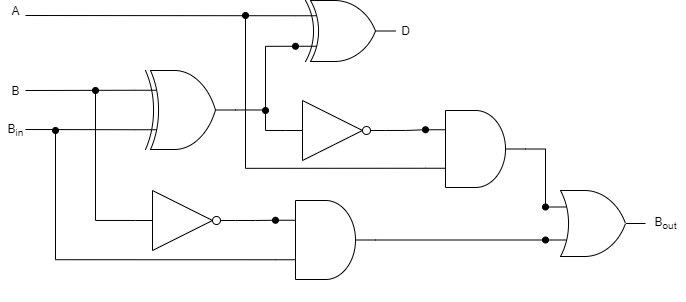
The draw.io diagram FullSubtractor.png in pathakshashank17/Digital-Circuit-Diagrams, before a commit. Source tidied: cells renumbered, new cells last; positions are measured from the earlier drawing's top-left corner, leaving out a move shared by most shapes.
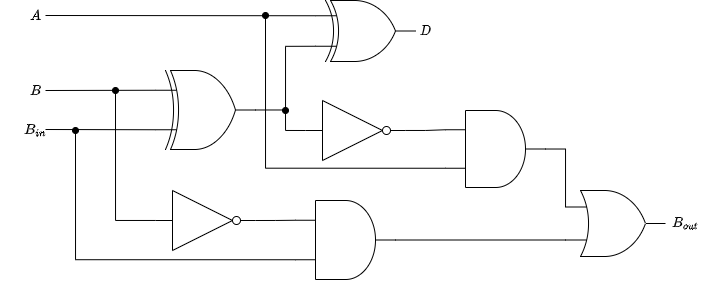
After the commit.

What changed in the source:
```diff
@@ -1,98 +1,98 @@
-<mxGraphModel>
+<mxGraphModel math="1">
   <root>
     <mxCell id="0" />
     <mxCell id="1" parent="0" />
-    <mxCell id="2" style="text;html=1;align=center;verticalAlign=middle;strokeColor=none;" parent="1" vertex="1">
-      <mxGeometry x="485" y="170" width="70" height="20" as="geometry" />
-    </mxCell>
-    <mxCell id="3" style="text;html=1;align=center;verticalAlign=middle;strokeColor=none;" parent="1" vertex="1">
-      <mxGeometry x="490" y="280" width="50" height="20" as="geometry" />
-    </mxCell>
-    <mxCell id="4" style="edgeStyle=orthogonalEdgeStyle;rounded=0;jettySize=auto;html=1;entryX=0;entryY=0.75;entryDx=0;entryDy=0;entryPerimeter=0;endArrow=oval;endFill=1;" parent="1" edge="1" source="5" target="6">
-      <mxGeometry relative="1" as="geometry" />
-    </mxCell>
-    <mxCell id="5" style="verticalLabelPosition=bottom;shadow=0;dashed=0;align=center;html=1;verticalAlign=top;shape=mxgraph.electrical.logic_gates.logic_gate;operation=xor;fillColor=#FFFFFF;" parent="1" vertex="1">
-      <mxGeometry x="135" y="70" width="100" height="79" as="geometry" />
-    </mxCell>
-    <mxCell id="6" style="verticalLabelPosition=bottom;shadow=0;dashed=0;align=center;html=1;verticalAlign=top;shape=mxgraph.electrical.logic_gates.logic_gate;operation=xor;fillColor=#FFFFFF;" parent="1" vertex="1">
-      <mxGeometry x="295" width="100" height="61" as="geometry" />
-    </mxCell>
-    <mxCell id="7" style="edgeStyle=orthogonalEdgeStyle;rounded=0;jettySize=auto;html=1;entryX=0;entryY=0.25;entryDx=0;entryDy=0;entryPerimeter=0;endArrow=oval;endFill=1;" parent="1" edge="1" source="9" target="18">
-      <mxGeometry relative="1" as="geometry" />
-    </mxCell>
-    <mxCell id="8" style="edgeStyle=orthogonalEdgeStyle;rounded=0;jettySize=auto;html=1;exitX=0;exitY=0.5;exitDx=0;exitDy=0;exitPerimeter=0;endArrow=oval;endFill=1;" parent="1" edge="1" source="9">
-      <mxGeometry relative="1" as="geometry">
-        <mxPoint x="265" y="110" as="targetPoint" />
-      </mxGeometry>
-    </mxCell>
-    <mxCell id="9" style="verticalLabelPosition=bottom;shadow=0;dashed=0;align=center;html=1;verticalAlign=top;shape=mxgraph.electrical.logic_gates.inverter_2;fillColor=#FFFFFF;" parent="1" vertex="1">
-      <mxGeometry x="285" y="100" width="100" height="60" as="geometry" />
-    </mxCell>
-    <mxCell id="10" style="edgeStyle=orthogonalEdgeStyle;rounded=0;jettySize=auto;html=1;endArrow=oval;endFill=1;" parent="1" edge="1" source="12">
-      <mxGeometry relative="1" as="geometry">
-        <mxPoint x="95" y="90" as="targetPoint" />
-      </mxGeometry>
-    </mxCell>
-    <mxCell id="11" style="edgeStyle=orthogonalEdgeStyle;rounded=0;jettySize=auto;html=1;exitX=1;exitY=0.5;exitDx=0;exitDy=0;exitPerimeter=0;entryX=0;entryY=0.25;entryDx=0;entryDy=0;entryPerimeter=0;endArrow=oval;endFill=1;" parent="1" edge="1" source="12" target="15">
-      <mxGeometry relative="1" as="geometry" />
-    </mxCell>
-    <mxCell id="12" style="verticalLabelPosition=bottom;shadow=0;dashed=0;align=center;html=1;verticalAlign=top;shape=mxgraph.electrical.logic_gates.inverter_2;fillColor=#FFFFFF;" parent="1" vertex="1">
-      <mxGeometry x="135" y="190" width="100" height="60" as="geometry" />
-    </mxCell>
-    <mxCell id="13" style="edgeStyle=orthogonalEdgeStyle;rounded=0;jettySize=auto;html=1;exitX=0;exitY=0.75;exitDx=0;exitDy=0;exitPerimeter=0;endArrow=oval;endFill=1;" parent="1" edge="1" source="15">
-      <mxGeometry relative="1" as="geometry">
-        <mxPoint x="55" y="130" as="targetPoint" />
-      </mxGeometry>
-    </mxCell>
-    <mxCell id="14" style="edgeStyle=orthogonalEdgeStyle;rounded=0;jettySize=auto;html=1;exitX=1;exitY=0.5;exitDx=0;exitDy=0;exitPerimeter=0;entryX=0;entryY=0.75;entryDx=0;entryDy=0;entryPerimeter=0;endArrow=oval;endFill=1;" parent="1" edge="1" source="15" target="19">
-      <mxGeometry relative="1" as="geometry" />
-    </mxCell>
-    <mxCell id="15" style="verticalLabelPosition=bottom;shadow=0;dashed=0;align=center;html=1;verticalAlign=top;shape=mxgraph.electrical.logic_gates.logic_gate;operation=and;fillColor=#FFFFFF;" parent="1" vertex="1">
-      <mxGeometry x="275" y="200" width="100" height="79" as="geometry" />
-    </mxCell>
-    <mxCell id="16" style="edgeStyle=orthogonalEdgeStyle;rounded=0;jettySize=auto;html=1;entryX=0;entryY=0.25;entryDx=0;entryDy=0;entryPerimeter=0;endArrow=oval;endFill=1;" parent="1" edge="1" source="18" target="19">
-      <mxGeometry relative="1" as="geometry" />
-    </mxCell>
-    <mxCell id="17" style="edgeStyle=orthogonalEdgeStyle;rounded=0;jettySize=auto;html=1;exitX=0;exitY=0.75;exitDx=0;exitDy=0;exitPerimeter=0;endArrow=oval;endFill=1;" parent="1" edge="1" source="18">
-      <mxGeometry relative="1" as="geometry">
-        <mxPoint x="245" y="15" as="targetPoint" />
-      </mxGeometry>
-    </mxCell>
-    <mxCell id="18" style="verticalLabelPosition=bottom;shadow=0;dashed=0;align=center;html=1;verticalAlign=top;shape=mxgraph.electrical.logic_gates.logic_gate;operation=and;fillColor=#FFFFFF;" parent="1" vertex="1">
-      <mxGeometry x="425" y="110" width="100" height="77" as="geometry" />
-    </mxCell>
-    <mxCell id="19" style="verticalLabelPosition=bottom;shadow=0;dashed=0;align=center;html=1;verticalAlign=top;shape=mxgraph.electrical.logic_gates.logic_gate;operation=or;fillColor=#FFFFFF;" parent="1" vertex="1">
-      <mxGeometry x="545" y="190" width="100" height="66" as="geometry" />
-    </mxCell>
-    <mxCell id="20" style="endArrow=none;html=1;entryX=0;entryY=0.25;entryDx=0;entryDy=0;entryPerimeter=0;" parent="1" edge="1" target="5">
-      <mxGeometry relative="1" as="geometry">
-        <mxPoint x="25" y="90" as="sourcePoint" />
-      </mxGeometry>
-    </mxCell>
-    <mxCell id="21" style="endArrow=none;html=1;entryX=0;entryY=0.75;entryDx=0;entryDy=0;entryPerimeter=0;" parent="1" edge="1" target="5">
-      <mxGeometry relative="1" as="geometry">
-        <mxPoint x="25" y="129" as="sourcePoint" />
-      </mxGeometry>
-    </mxCell>
-    <mxCell id="22" style="endArrow=none;html=1;entryX=0;entryY=0.25;entryDx=0;entryDy=0;entryPerimeter=0;" parent="1" edge="1" target="6">
-      <mxGeometry relative="1" as="geometry">
-        <mxPoint x="25" y="15" as="sourcePoint" />
-      </mxGeometry>
-    </mxCell>
-    <mxCell id="23" value="D" style="text;html=1;align=center;verticalAlign=middle;strokeColor=none;" parent="1" vertex="1">
-      <mxGeometry x="395" y="20" width="20" height="20" as="geometry" />
-    </mxCell>
-    <mxCell id="24" value="B&lt;sub&gt;out&lt;/sub&gt;" style="text;html=1;align=center;verticalAlign=middle;strokeColor=none;" parent="1" vertex="1">
-      <mxGeometry x="645" y="213" width="40" height="20" as="geometry" />
-    </mxCell>
-    <mxCell id="25" value="A" style="text;html=1;align=center;verticalAlign=middle;strokeColor=none;" parent="1" vertex="1">
-      <mxGeometry x="5" width="20" height="20" as="geometry" />
-    </mxCell>
-    <mxCell id="26" value="B" style="text;html=1;align=center;verticalAlign=middle;strokeColor=none;" parent="1" vertex="1">
-      <mxGeometry x="5" y="80" width="20" height="20" as="geometry" />
-    </mxCell>
-    <mxCell id="27" value="B&lt;sub&gt;in&lt;/sub&gt;" style="text;html=1;align=center;verticalAlign=middle;strokeColor=none;" parent="1" vertex="1">
-      <mxGeometry y="120" width="30" height="20" as="geometry" />
-    </mxCell>
+    <mxCell id="28" style="text;html=1;align=center;verticalAlign=middle;strokeColor=none;" parent="1" vertex="1">
+      <mxGeometry x="770" y="210" width="70" height="20" as="geometry" />
+    </mxCell>
+    <mxCell id="29" style="text;html=1;align=center;verticalAlign=middle;strokeColor=none;" parent="1" vertex="1">
+      <mxGeometry x="775" y="320" width="50" height="20" as="geometry" />
+    </mxCell>
+    <mxCell id="30" style="edgeStyle=orthogonalEdgeStyle;rounded=0;jettySize=auto;html=1;entryX=0;entryY=0.75;entryDx=0;entryDy=0;entryPerimeter=0;endArrow=none;endFill=0;" parent="1" edge="1" source="31" target="32">
+      <mxGeometry relative="1" as="geometry" />
+    </mxCell>
+    <mxCell id="31" style="verticalLabelPosition=bottom;shadow=0;dashed=0;align=center;html=1;verticalAlign=top;shape=mxgraph.electrical.logic_gates.logic_gate;operation=xor;fillColor=#FFFFFF;" parent="1" vertex="1">
+      <mxGeometry x="420" y="110" width="100" height="79" as="geometry" />
+    </mxCell>
+    <mxCell id="32" style="verticalLabelPosition=bottom;shadow=0;dashed=0;align=center;html=1;verticalAlign=top;shape=mxgraph.electrical.logic_gates.logic_gate;operation=xor;fillColor=#FFFFFF;" parent="1" vertex="1">
+      <mxGeometry x="580" y="40" width="100" height="61" as="geometry" />
+    </mxCell>
+    <mxCell id="33" style="edgeStyle=orthogonalEdgeStyle;rounded=0;jettySize=auto;html=1;entryX=0;entryY=0.25;entryDx=0;entryDy=0;entryPerimeter=0;endArrow=none;endFill=0;" parent="1" edge="1" source="35" target="44">
+      <mxGeometry relative="1" as="geometry" />
+    </mxCell>
+    <mxCell id="34" style="edgeStyle=orthogonalEdgeStyle;rounded=0;jettySize=auto;html=1;exitX=0;exitY=0.5;exitDx=0;exitDy=0;exitPerimeter=0;endArrow=oval;endFill=1;" parent="1" edge="1" source="35">
+      <mxGeometry relative="1" as="geometry">
+        <mxPoint x="550" y="150" as="targetPoint" />
+      </mxGeometry>
+    </mxCell>
+    <mxCell id="35" style="verticalLabelPosition=bottom;shadow=0;dashed=0;align=center;html=1;verticalAlign=top;shape=mxgraph.electrical.logic_gates.inverter_2;fillColor=#FFFFFF;" parent="1" vertex="1">
+      <mxGeometry x="570" y="140" width="100" height="60" as="geometry" />
+    </mxCell>
+    <mxCell id="36" style="edgeStyle=orthogonalEdgeStyle;rounded=0;jettySize=auto;html=1;endArrow=oval;endFill=1;" parent="1" edge="1" source="38">
+      <mxGeometry relative="1" as="geometry">
+        <mxPoint x="380" y="130" as="targetPoint" />
+      </mxGeometry>
+    </mxCell>
+    <mxCell id="37" style="edgeStyle=orthogonalEdgeStyle;rounded=0;jettySize=auto;html=1;exitX=1;exitY=0.5;exitDx=0;exitDy=0;exitPerimeter=0;entryX=0;entryY=0.25;entryDx=0;entryDy=0;entryPerimeter=0;endArrow=none;endFill=0;" parent="1" edge="1" source="38" target="41">
+      <mxGeometry relative="1" as="geometry" />
+    </mxCell>
+    <mxCell id="38" style="verticalLabelPosition=bottom;shadow=0;dashed=0;align=center;html=1;verticalAlign=top;shape=mxgraph.electrical.logic_gates.inverter_2;fillColor=#FFFFFF;" parent="1" vertex="1">
+      <mxGeometry x="420" y="230" width="100" height="60" as="geometry" />
+    </mxCell>
+    <mxCell id="39" style="edgeStyle=orthogonalEdgeStyle;rounded=0;jettySize=auto;html=1;exitX=0;exitY=0.75;exitDx=0;exitDy=0;exitPerimeter=0;endArrow=oval;endFill=1;" parent="1" edge="1" source="41">
+      <mxGeometry relative="1" as="geometry">
+        <mxPoint x="340" y="170" as="targetPoint" />
+      </mxGeometry>
+    </mxCell>
+    <mxCell id="40" style="edgeStyle=orthogonalEdgeStyle;rounded=0;jettySize=auto;html=1;exitX=1;exitY=0.5;exitDx=0;exitDy=0;exitPerimeter=0;entryX=0;entryY=0.75;entryDx=0;entryDy=0;entryPerimeter=0;endArrow=none;endFill=0;" parent="1" edge="1" source="41" target="45">
+      <mxGeometry relative="1" as="geometry" />
+    </mxCell>
+    <mxCell id="41" style="verticalLabelPosition=bottom;shadow=0;dashed=0;align=center;html=1;verticalAlign=top;shape=mxgraph.electrical.logic_gates.logic_gate;operation=and;fillColor=#FFFFFF;" parent="1" vertex="1">
+      <mxGeometry x="560" y="240" width="100" height="79" as="geometry" />
+    </mxCell>
+    <mxCell id="42" style="edgeStyle=orthogonalEdgeStyle;rounded=0;jettySize=auto;html=1;entryX=0;entryY=0.25;entryDx=0;entryDy=0;entryPerimeter=0;endArrow=none;endFill=0;" parent="1" edge="1" source="44" target="45">
+      <mxGeometry relative="1" as="geometry" />
+    </mxCell>
+    <mxCell id="43" style="edgeStyle=orthogonalEdgeStyle;rounded=0;jettySize=auto;html=1;exitX=0;exitY=0.75;exitDx=0;exitDy=0;exitPerimeter=0;endArrow=oval;endFill=1;" parent="1" edge="1" source="44">
+      <mxGeometry relative="1" as="geometry">
+        <mxPoint x="530" y="55" as="targetPoint" />
+      </mxGeometry>
+    </mxCell>
+    <mxCell id="44" style="verticalLabelPosition=bottom;shadow=0;dashed=0;align=center;html=1;verticalAlign=top;shape=mxgraph.electrical.logic_gates.logic_gate;operation=and;fillColor=#FFFFFF;" parent="1" vertex="1">
+      <mxGeometry x="710" y="150" width="100" height="77" as="geometry" />
+    </mxCell>
+    <mxCell id="45" style="verticalLabelPosition=bottom;shadow=0;dashed=0;align=center;html=1;verticalAlign=top;shape=mxgraph.electrical.logic_gates.logic_gate;operation=or;fillColor=#FFFFFF;" parent="1" vertex="1">
+      <mxGeometry x="830" y="230" width="100" height="66" as="geometry" />
+    </mxCell>
+    <mxCell id="46" style="endArrow=none;html=1;entryX=0;entryY=0.25;entryDx=0;entryDy=0;entryPerimeter=0;" parent="1" edge="1" target="31">
+      <mxGeometry relative="1" as="geometry">
+        <mxPoint x="310" y="130" as="sourcePoint" />
+      </mxGeometry>
+    </mxCell>
+    <mxCell id="47" style="endArrow=none;html=1;entryX=0;entryY=0.75;entryDx=0;entryDy=0;entryPerimeter=0;" parent="1" edge="1" target="31">
+      <mxGeometry relative="1" as="geometry">
+        <mxPoint x="310" y="169" as="sourcePoint" />
+      </mxGeometry>
+    </mxCell>
+    <mxCell id="48" style="endArrow=none;html=1;entryX=0;entryY=0.25;entryDx=0;entryDy=0;entryPerimeter=0;" parent="1" edge="1" target="32">
+      <mxGeometry relative="1" as="geometry">
+        <mxPoint x="310" y="55" as="sourcePoint" />
+      </mxGeometry>
+    </mxCell>
+    <mxCell id="49" value="$$D$$" style="text;html=1;align=center;verticalAlign=middle;strokeColor=none;" parent="1" vertex="1">
+      <mxGeometry x="665" y="60" width="50" height="20" as="geometry" />
+    </mxCell>
+    <mxCell id="50" value="$$B_{out}$$" style="text;html=1;align=center;verticalAlign=middle;strokeColor=none;" parent="1" vertex="1">
+      <mxGeometry x="910" y="253" width="80" height="20" as="geometry" />
+    </mxCell>
+    <mxCell id="51" value="$$A$$" style="text;html=1;align=center;verticalAlign=middle;strokeColor=none;" parent="1" vertex="1">
+      <mxGeometry x="275" y="45" width="50" height="20" as="geometry" />
+    </mxCell>
+    <mxCell id="52" value="$$B$$" style="text;html=1;align=center;verticalAlign=middle;strokeColor=none;" parent="1" vertex="1">
+      <mxGeometry x="275" y="120" width="50" height="20" as="geometry" />
+    </mxCell>
+    <mxCell id="53" value="$$B_{in}$$" style="text;html=1;align=center;verticalAlign=middle;strokeColor=none;" parent="1" vertex="1">
+      <mxGeometry x="265" y="160" width="70" height="20" as="geometry" />
+    </mxCell>
   </root>
 </mxGraphModel>
```
